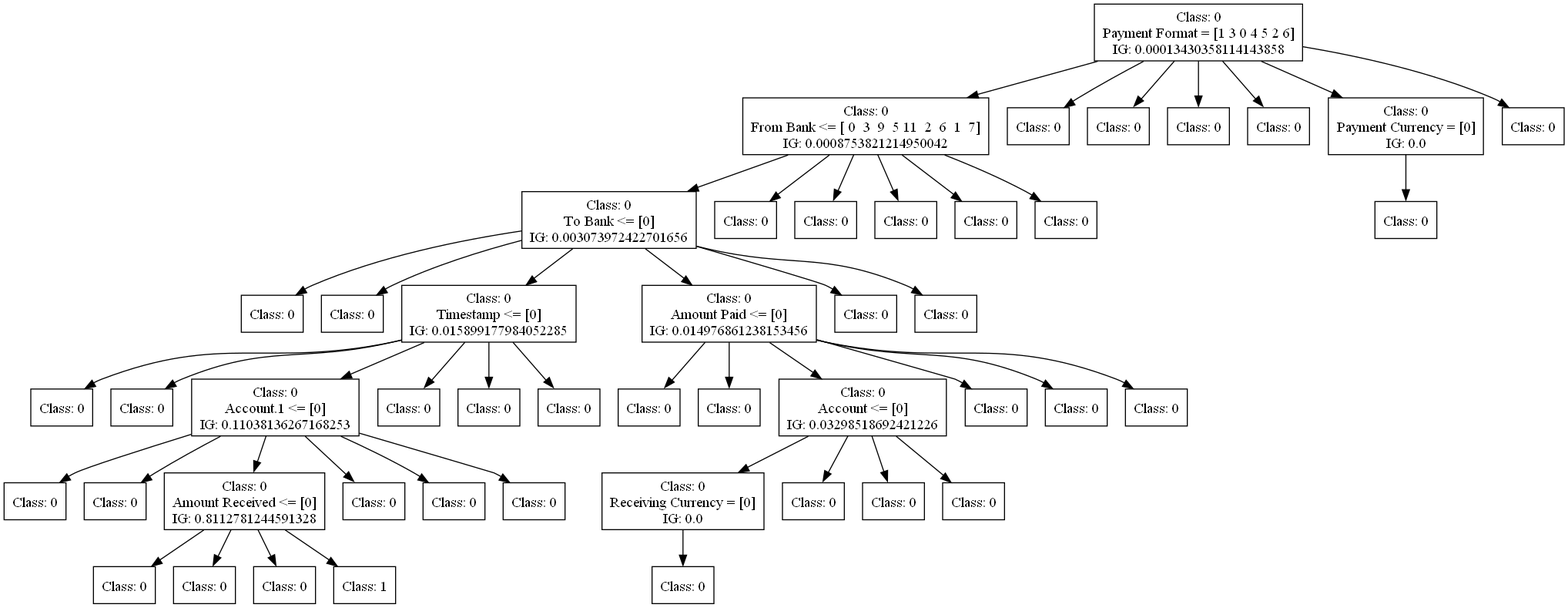
The Graphviz diagram dot_figs/tree-id3.png in FedericoBruzzone/anti-money-laundering, before a commit. Its source is kept beside it as dot_figs/tree-id3.dot.
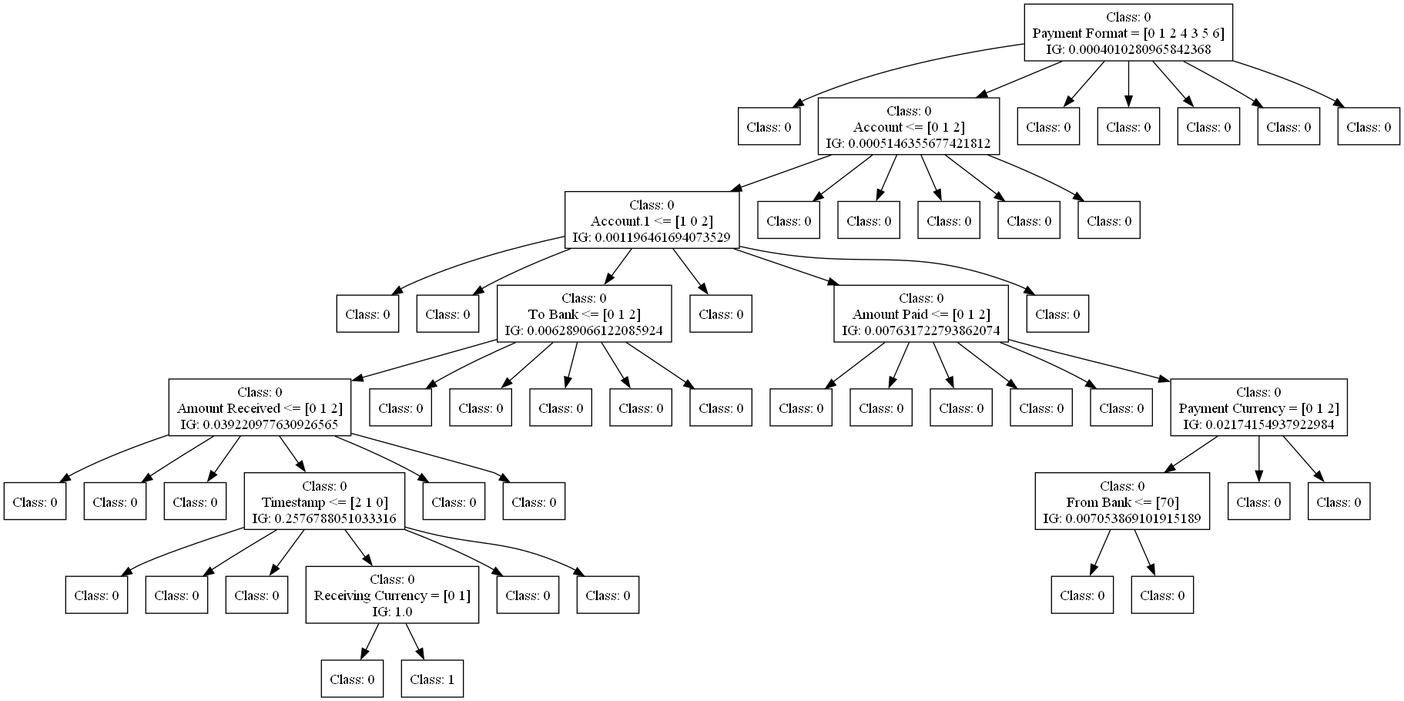
After the change.

The edit, as a diff of the source:
```diff
@@ -1,157 +1,166 @@
 digraph DecisionTree {
 	rankdir=TD;
 	node [shape=box];
-	2413356856992 [label="Class: 0
-Payment Format = [1 3 0 4 5 2 6]
-IG: 0.00013430358114143858"];
-	2413386944128 [label="Class: 0
-From Bank <= [ 0  3  9  5 11  2  6  1  7]
-IG: 0.0008753821214950042"];
-	2413356856992 -> 2413386944128;
-	2413386956176 [label="Class: 0
-To Bank <= [0]
-IG: 0.003073972422701656"];
-	2413386944128 -> 2413386956176;
-	2413402661952 [label="Class: 0
+	2250338346000 [label="Class: 0
+Payment Format = [0 1 2 4 3 5 6]
+IG: 0.0004010280965842368"];
+	2250396091728 [label="Class: 0
 "];
-	2413386956176 -> 2413402661952;
-	2413402662192 [label="Class: 0
+	2250338346000 -> 2250396091728;
+	2250396096288 [label="Class: 0
+Account <= [0 1 2]
+IG: 0.0005146355677421812"];
+	2250338346000 -> 2250396096288;
+	2250396106080 [label="Class: 0
+Account.1 <= [1 0 2]
+IG: 0.001196461694073529"];
+	2250396096288 -> 2250396106080;
+	2250471318064 [label="Class: 0
 "];
-	2413386956176 -> 2413402662192;
-	2413402661280 [label="Class: 0
-Timestamp <= [0]
-IG: 0.015899177984052285"];
-	2413386956176 -> 2413402661280;
-	2413402668960 [label="Class: 0
+	2250396106080 -> 2250471318064;
+	2250471318304 [label="Class: 0
 "];
-	2413402661280 -> 2413402668960;
-	2413402667184 [label="Class: 0
+	2250396106080 -> 2250471318304;
+	2250471318016 [label="Class: 0
+To Bank <= [0 1 2]
+IG: 0.006289066122085924"];
+	2250396106080 -> 2250471318016;
+	2250471320752 [label="Class: 0
+Amount Received <= [0 1 2]
+IG: 0.039220977630926565"];
+	2250471318016 -> 2250471320752;
+	2250422197632 [label="Class: 0
 "];
-	2413402661280 -> 2413402667184;
-	2413402668864 [label="Class: 0
-Account.1 <= [0]
-IG: 0.11038136267168253"];
-	2413402661280 -> 2413402668864;
-	2413402378192 [label="Class: 0
+	2250471320752 -> 2250422197632;
+	2250422197872 [label="Class: 0
 "];
-	2413402668864 -> 2413402378192;
-	2413402381360 [label="Class: 0
+	2250471320752 -> 2250422197872;
+	2250422197584 [label="Class: 0
 "];
-	2413402668864 -> 2413402381360;
-	2413402380880 [label="Class: 0
-Amount Received <= [0]
-IG: 0.8112781244591328"];
-	2413402668864 -> 2413402380880;
-	2413402386304 [label="Class: 0
+	2250471320752 -> 2250422197584;
+	2250422197440 [label="Class: 0
+Timestamp <= [2 1 0]
+IG: 0.2576788051033316"];
+	2250471320752 -> 2250422197440;
+	2250422201088 [label="Class: 0
 "];
-	2413402380880 -> 2413402386304;
-	2413402385728 [label="Class: 0
+	2250422197440 -> 2250422201088;
+	2250422203776 [label="Class: 0
 "];
-	2413402380880 -> 2413402385728;
-	2413402385440 [label="Class: 0
+	2250422197440 -> 2250422203776;
+	2250422196720 [label="Class: 0
 "];
-	2413402380880 -> 2413402385440;
-	2413402385680 [label="Class: 1
+	2250422197440 -> 2250422196720;
+	2250422203488 [label="Class: 0
+Receiving Currency = [0 1]
+IG: 1.0"];
+	2250422197440 -> 2250422203488;
+	2250422205264 [label="Class: 0
 "];
-	2413402380880 -> 2413402385680;
-	2413402381168 [label="Class: 0
+	2250422203488 -> 2250422205264;
+	2250422204064 [label="Class: 1
 "];
-	2413402668864 -> 2413402381168;
-	2413402377280 [label="Class: 0
+	2250422203488 -> 2250422204064;
+	2250422203248 [label="Class: 0
 "];
-	2413402668864 -> 2413402377280;
-	2413402381408 [label="Class: 0
+	2250422197440 -> 2250422203248;
+	2250422203968 [label="Class: 0
 "];
-	2413402668864 -> 2413402381408;
-	2413402664640 [label="Class: 0
+	2250422197440 -> 2250422203968;
+	2250422197728 [label="Class: 0
 "];
-	2413402661280 -> 2413402664640;
-	2413402665744 [label="Class: 0
+	2250471320752 -> 2250422197728;
+	2250422198064 [label="Class: 0
 "];
-	2413402661280 -> 2413402665744;
-	2413402666128 [label="Class: 0
+	2250471320752 -> 2250422198064;
+	2250471323680 [label="Class: 0
 "];
-	2413402661280 -> 2413402666128;
-	2413402659936 [label="Class: 0
-Amount Paid <= [0]
-IG: 0.014976861238153456"];
-	2413386956176 -> 2413402659936;
-	2413402386064 [label="Class: 0
+	2250471318016 -> 2250471323680;
+	2250471324160 [label="Class: 0
 "];
-	2413402659936 -> 2413402386064;
-	2413402390336 [label="Class: 0
+	2250471318016 -> 2250471324160;
+	2250471312544 [label="Class: 0
 "];
-	2413402659936 -> 2413402390336;
-	2413402389520 [label="Class: 0
-Account <= [0]
-IG: 0.03298518692421226"];
-	2413402659936 -> 2413402389520;
-	2413402312032 [label="Class: 0
-Receiving Currency = [0]
-IG: 0.0"];
-	2413402389520 -> 2413402312032;
-	2413402312944 [label="Class: 0
+	2250471318016 -> 2250471312544;
+	2250471323056 [label="Class: 0
 "];
-	2413402312032 -> 2413402312944;
-	2413402311456 [label="Class: 0
+	2250471318016 -> 2250471323056;
+	2250471322096 [label="Class: 0
 "];
-	2413402389520 -> 2413402311456;
-	2413402309584 [label="Class: 0
+	2250471318016 -> 2250471322096;
+	2250471317872 [label="Class: 0
 "];
-	2413402389520 -> 2413402309584;
-	2413402311408 [label="Class: 0
+	2250396106080 -> 2250471317872;
+	2250471318160 [label="Class: 0
+Amount Paid <= [0 1 2]
+IG: 0.007631722793862074"];
+	2250396106080 -> 2250471318160;
+	2250422259712 [label="Class: 0
 "];
-	2413402389520 -> 2413402311408;
-	2413402389568 [label="Class: 0
+	2250471318160 -> 2250422259712;
+	2250422259952 [label="Class: 0
 "];
-	2413402659936 -> 2413402389568;
-	2413402386352 [label="Class: 0
+	2250471318160 -> 2250422259952;
+	2250422259664 [label="Class: 0
 "];
-	2413402659936 -> 2413402386352;
-	2413402383856 [label="Class: 0
+	2250471318160 -> 2250422259664;
+	2250422259520 [label="Class: 0
 "];
-	2413402659936 -> 2413402383856;
-	2413402662048 [label="Class: 0
+	2250471318160 -> 2250422259520;
+	2250422259808 [label="Class: 0
 "];
-	2413386956176 -> 2413402662048;
-	2413402662384 [label="Class: 0
+	2250471318160 -> 2250422259808;
+	2250422260144 [label="Class: 0
+Payment Currency = [0 1 2]
+IG: 0.02174154937922984"];
+	2250471318160 -> 2250422260144;
+	2250422262352 [label="Class: 0
+From Bank <= [70]
+IG: 0.007053869101915189"];
+	2250422260144 -> 2250422262352;
+	2250422264752 [label="Class: 0
 "];
-	2413386956176 -> 2413402662384;
-	2413386952000 [label="Class: 0
+	2250422262352 -> 2250422264752;
+	2250422265184 [label="Class: 0
 "];
-	2413386944128 -> 2413386952000;
-	2413386955840 [label="Class: 0
+	2250422262352 -> 2250422265184;
+	2250422263120 [label="Class: 0
 "];
-	2413386944128 -> 2413386955840;
-	2413386956656 [label="Class: 0
+	2250422260144 -> 2250422263120;
+	2250422256688 [label="Class: 0
 "];
-	2413386944128 -> 2413386956656;
-	2413386952960 [label="Class: 0
+	2250422260144 -> 2250422256688;
+	2250471318496 [label="Class: 0
 "];
-	2413386944128 -> 2413386952960;
-	2413386954928 [label="Class: 0
+	2250396106080 -> 2250471318496;
+	2250396105168 [label="Class: 0
 "];
-	2413386944128 -> 2413386954928;
-	2413386945760 [label="Class: 0
+	2250396096288 -> 2250396105168;
+	2250396100656 [label="Class: 0
 "];
-	2413356856992 -> 2413386945760;
-	2413386943072 [label="Class: 0
+	2250396096288 -> 2250396100656;
+	2250396106368 [label="Class: 0
 "];
-	2413356856992 -> 2413386943072;
-	2413386944080 [label="Class: 0
+	2250396096288 -> 2250396106368;
+	2250396106656 [label="Class: 0
 "];
-	2413356856992 -> 2413386944080;
-	2413386944416 [label="Class: 0
+	2250396096288 -> 2250396106656;
+	2250396106560 [label="Class: 0
 "];
-	2413356856992 -> 2413386944416;
-	2413386941200 [label="Class: 0
-Payment Currency = [0]
-IG: 0.0"];
-	2413356856992 -> 2413386941200;
-	2413402312992 [label="Class: 0
+	2250396096288 -> 2250396106560;
+	2250396095184 [label="Class: 0
 "];
-	2413386941200 -> 2413402312992;
-	2413386945616 [label="Class: 0
+	2250338346000 -> 2250396095184;
+	2250396095664 [label="Class: 0
 "];
-	2413356856992 -> 2413386945616;
+	2250338346000 -> 2250396095664;
+	2250396094608 [label="Class: 0
+"];
+	2250338346000 -> 2250396094608;
+	2250396095520 [label="Class: 0
+"];
+	2250338346000 -> 2250396095520;
+	2250396096144 [label="Class: 0
+"];
+	2250338346000 -> 2250396096144;
 }
```
